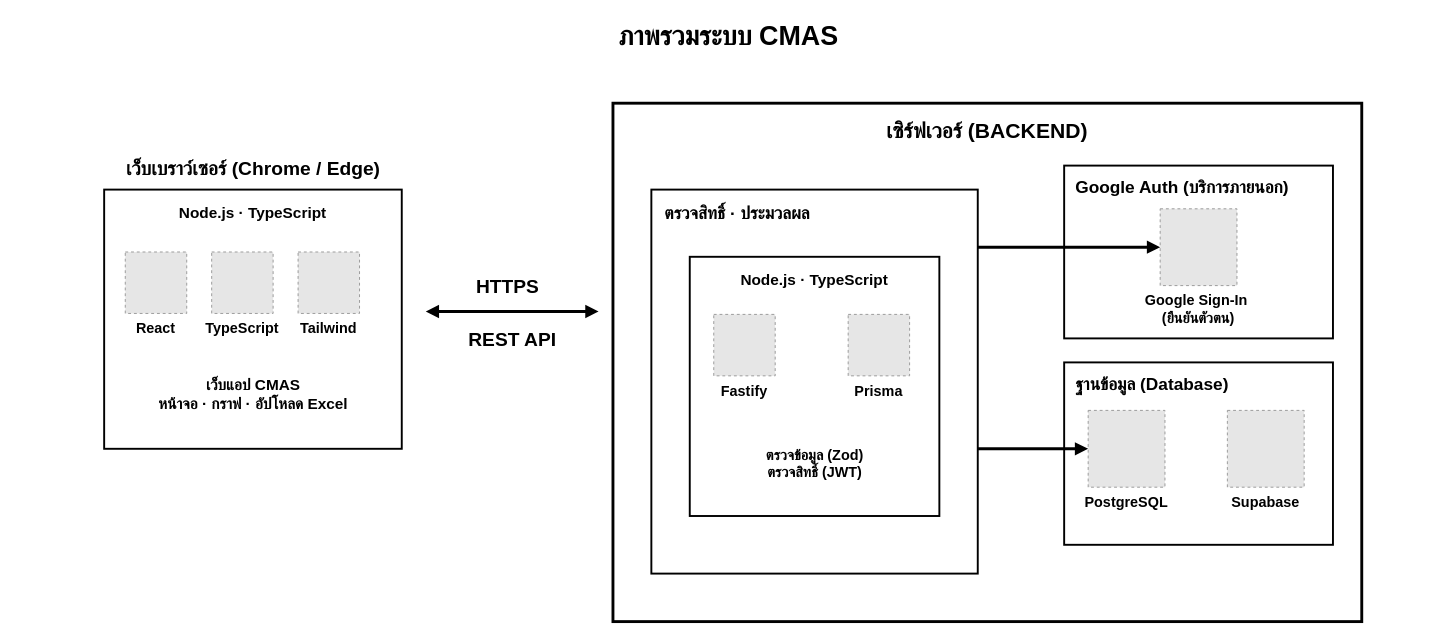
Earlier version of the draw.io diagram page "Overview (simple)" (1 of 3) of docs/diagrams/architecture/CMAS-Architecture-Overview.drawio (SIET-KMITL-INCEPTIO/CMAS-CLO). Source tidied: cells renumbered, new cells numbered last; positions are measured from the earlier drawing's top-left corner, leaving out a move shared by most shapes. Both pictures are drawn from the tidied source at 96%, with x=0, y=0 at pixel (17, 16). Pictures stored in the file or linked from it are replaced by grey dashed boxes.
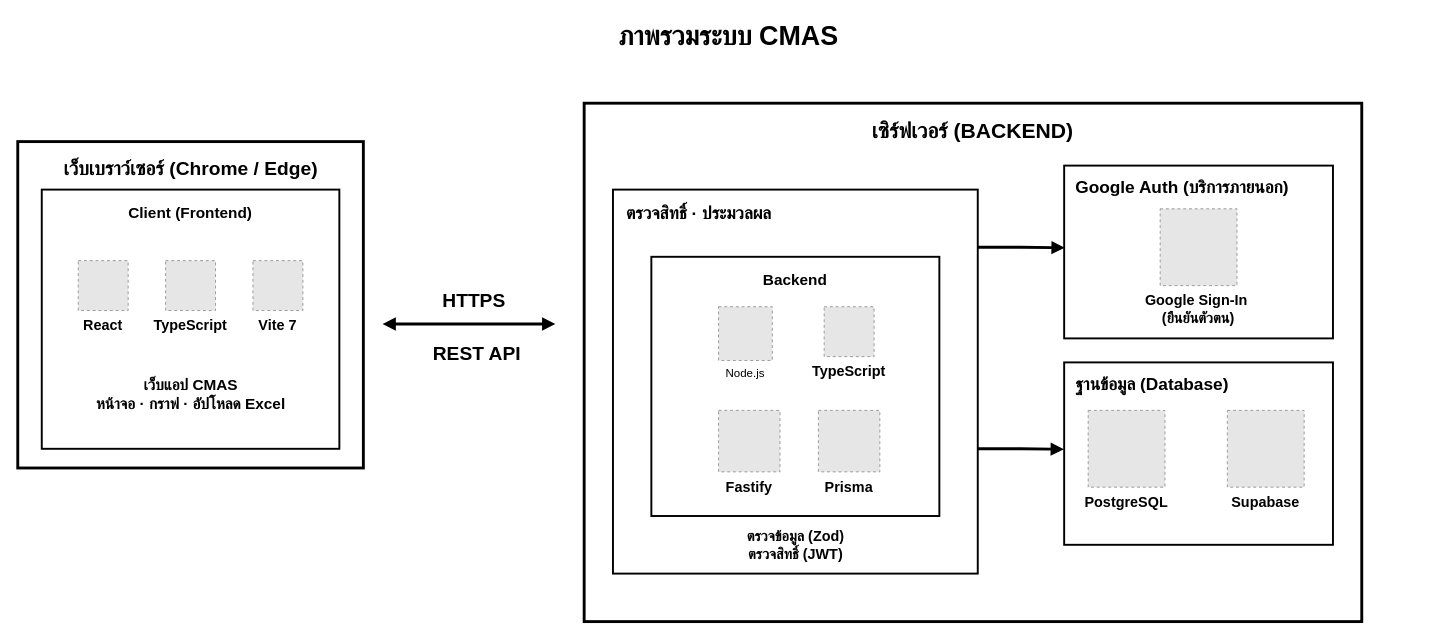
The same diagram, later.

Commit message:
docs: enhance architecture diagram layout and element properties for better clarity

The change refers to these unchanged cells:
```xml
<mxCell id="17" value="Google Auth (บริการภายนอก)" style="rounded=0;whiteSpace=wrap;html=1;fillColor=none;strokeColor=#000000;strokeWidth=2;fontSize=18;fontStyle=1;verticalAlign=top;align=left;spacingLeft=10;spacingTop=6;" parent="1" vertex="1">
  <mxGeometry x="1090" y="155" width="280" height="180" as="geometry" />
</mxCell>
<mxCell id="18" value="ฐานข้อมูล (Database)" style="rounded=0;whiteSpace=wrap;html=1;fillColor=none;strokeColor=#000000;strokeWidth=2;fontSize=18;fontStyle=1;verticalAlign=top;align=left;spacingLeft=10;spacingTop=6;" parent="1" vertex="1">
  <mxGeometry x="1090" y="360" width="280" height="190" as="geometry" />
</mxCell>
<mxCell id="19" value="Google Sign-In &#10;(ยืนยันตัวตน)" style="fillColor=#E6E6E6;strokeColor=#999999;dashed=1;verticalLabelPosition=bottom;verticalAlign=top;labelBackgroundColor=none;fontSize=15;fontStyle=1;" parent="1" vertex="1">
  <mxGeometry x="1190" y="200" width="80" height="80" as="geometry" />
</mxCell>
<mxCell id="20" value="PostgreSQL" style="fillColor=#E6E6E6;strokeColor=#999999;dashed=1;verticalLabelPosition=bottom;verticalAlign=top;labelBackgroundColor=none;fontSize=15;fontStyle=1;" parent="1" vertex="1">
  <mxGeometry x="1115" y="410" width="80" height="80" as="geometry" />
</mxCell>
```

What changed in the source:
```diff
@@
+    <mxCell id="24" value="Client (Frontend)" style="rounded=0;whiteSpace=wrap;html=1;fillColor=none;strokeColor=#000000;strokeWidth=2;fontSize=16;fontStyle=1;verticalAlign=top;spacingTop=8;" parent="1" vertex="1">
+      <mxGeometry x="25" y="180" width="310" height="270" as="geometry" />
+    </mxCell>
@@
+    <mxCell id="25" style="rounded=0;whiteSpace=wrap;html=1;fillColor=none;strokeColor=#000000;strokeWidth=3;" parent="1" vertex="1">
+      <mxGeometry y="130" width="360" height="340" as="geometry" />
+    </mxCell>
     <mxCell id="3" value="เว็บเบราว์เซอร์ (Chrome / Edge)" style="text;html=1;align=center;verticalAlign=middle;fontStyle=1;fontSize=20;" parent="1" vertex="1">
-      <mxGeometry x="80" y="140" width="330" height="34" as="geometry" />
+      <mxGeometry x="15" y="140" width="330" height="34" as="geometry" />
     </mxCell>
     <mxCell id="4" value="React" style="fillColor=#E6E6E6;strokeColor=#999999;dashed=1;verticalLabelPosition=bottom;verticalAlign=top;labelBackgroundColor=none;fontSize=15;fontStyle=1;" parent="1" vertex="1">
-      <mxGeometry x="112" y="245" width="64" height="64" as="geometry" />
+      <mxGeometry x="63" y="254" width="52" height="52" as="geometry" />
     </mxCell>
     <mxCell id="5" value="TypeScript" style="fillColor=#E6E6E6;strokeColor=#999999;dashed=1;verticalLabelPosition=bottom;verticalAlign=top;labelBackgroundColor=none;fontSize=15;fontStyle=1;" parent="1" vertex="1">
-      <mxGeometry x="202" y="245" width="64" height="64" as="geometry" />
+      <mxGeometry x="154" y="254" width="52" height="52" as="geometry" />
     </mxCell>
-    <mxCell id="6" value="Tailwind" style="fillColor=#E6E6E6;strokeColor=#999999;dashed=1;verticalLabelPosition=bottom;verticalAlign=top;labelBackgroundColor=none;fontSize=15;fontStyle=1;" parent="1" vertex="1">
-      <mxGeometry x="292" y="245" width="64" height="64" as="geometry" />
-    </mxCell>
+    <mxCell id="26" value="Vite 7" style="fillColor=#E6E6E6;strokeColor=#999999;dashed=1;verticalLabelPosition=bottom;verticalAlign=top;labelBackgroundColor=none;fontSize=15;fontStyle=1;" parent="1" vertex="1">
+      <mxGeometry x="245" y="254" width="52" height="52" as="geometry" />
+    </mxCell>
     <mxCell id="7" value="เว็บแอป CMAS&lt;br&gt;หน้าจอ · กราฟ · อัปโหลด Excel" style="text;html=1;align=center;verticalAlign=middle;fontStyle=1;fontSize=16;" parent="1" vertex="1">
-      <mxGeometry x="90" y="365" width="310" height="55" as="geometry" />
+      <mxGeometry x="25" y="365" width="310" height="55" as="geometry" />
     </mxCell>
     <mxCell id="8" value="HTTPS" style="text;html=1;align=center;verticalAlign=middle;fontStyle=1;fontSize=20;" parent="1" vertex="1">
-      <mxGeometry x="445" y="265" width="130" height="30" as="geometry" />
+      <mxGeometry x="410" y="280" width="130" height="30" as="geometry" />
     </mxCell>
     <mxCell id="9" value="REST API" style="text;html=1;align=center;verticalAlign=middle;fontStyle=1;fontSize=20;" parent="1" vertex="1">
-      <mxGeometry x="450" y="320" width="130" height="30" as="geometry" />
+      <mxGeometry x="413" y="335" width="130" height="30" as="geometry" />
     </mxCell>
     <mxCell id="10" style="endArrow=block;endFill=1;startArrow=block;startFill=1;html=1;strokeWidth=3;strokeColor=#000000;" parent="1" edge="1">
       <mxGeometry relative="1" as="geometry">
-        <mxPoint x="425" y="307" as="sourcePoint" />
-        <mxPoint x="605" y="307" as="targetPoint" />
+        <mxPoint x="380" y="320" as="sourcePoint" />
+        <mxPoint x="560" y="320" as="targetPoint" />
       </mxGeometry>
     </mxCell>
     <mxCell id="11" value="เซิร์ฟเวอร์ (BACKEND)" style="rounded=0;whiteSpace=wrap;html=1;fillColor=none;strokeColor=#000000;strokeWidth=3;fontSize=22;fontStyle=1;verticalAlign=top;align=center;spacingTop=10;" parent="1" vertex="1">
-      <mxGeometry x="620" y="90" width="780" height="540" as="geometry" />
+      <mxGeometry x="590" y="90" width="810" height="540" as="geometry" />
     </mxCell>
     <mxCell id="12" value="ตรวจสิทธิ์ · ประมวลผล" style="rounded=0;whiteSpace=wrap;html=1;fillColor=none;strokeColor=#000000;strokeWidth=2;fontSize=18;fontStyle=1;verticalAlign=top;align=left;spacingLeft=12;spacingTop=8;" parent="1" vertex="1">
-      <mxGeometry x="660" y="180" width="340" height="400" as="geometry" />
+      <mxGeometry x="620" y="180" width="380" height="400" as="geometry" />
     </mxCell>
-    <mxCell id="13" value="Node.js · TypeScript" style="rounded=0;whiteSpace=wrap;html=1;fillColor=none;strokeColor=#000000;strokeWidth=2;fontSize=16;fontStyle=1;verticalAlign=top;spacingTop=8;" parent="1" vertex="1">
-      <mxGeometry x="700" y="250" width="260" height="270" as="geometry" />
+    <mxCell id="13" value="Backend" style="rounded=0;whiteSpace=wrap;html=1;fillColor=none;strokeColor=#000000;strokeWidth=2;fontSize=16;fontStyle=1;verticalAlign=top;spacingTop=8;" parent="1" vertex="1">
+      <mxGeometry x="660" y="250" width="300" height="270" as="geometry" />
     </mxCell>
     <mxCell id="14" value="Fastify" style="fillColor=#E6E6E6;strokeColor=#999999;dashed=1;verticalLabelPosition=bottom;verticalAlign=top;labelBackgroundColor=none;fontSize=15;fontStyle=1;" parent="1" vertex="1">
-      <mxGeometry x="725" y="310" width="64" height="64" as="geometry" />
+      <mxGeometry x="730" y="410" width="64" height="64" as="geometry" />
     </mxCell>
     <mxCell id="15" value="Prisma" style="fillColor=#E6E6E6;strokeColor=#999999;dashed=1;verticalLabelPosition=bottom;verticalAlign=top;labelBackgroundColor=none;fontSize=15;fontStyle=1;" parent="1" vertex="1">
-      <mxGeometry x="865" y="310" width="64" height="64" as="geometry" />
+      <mxGeometry x="834" y="410" width="64" height="64" as="geometry" />
     </mxCell>
     <mxCell id="16" value="ตรวจข้อมูล (Zod)&lt;br&gt;ตรวจสิทธิ์ (JWT)" style="text;html=1;align=center;verticalAlign=middle;fontStyle=1;fontSize=15;" parent="1" vertex="1">
-      <mxGeometry x="710" y="435" width="240" height="60" as="geometry" />
+      <mxGeometry x="690" y="520" width="240" height="60" as="geometry" />
     </mxCell>
@@
-    <mxCell id="22" style="edgeStyle=orthogonalEdgeStyle;rounded=0;html=1;strokeWidth=3;strokeColor=#000000;endArrow=block;endFill=1;fontSize=18;fontStyle=1;labelBackgroundColor=#FFFFFF;exitX=1;exitY=0.15;entryX=0;entryY=0.5;" parent="1" edge="1" source="12" target="19">
+    <mxCell id="22" style="edgeStyle=orthogonalEdgeStyle;rounded=0;html=1;strokeWidth=3;strokeColor=#000000;endArrow=block;endFill=1;fontSize=18;fontStyle=1;labelBackgroundColor=#FFFFFF;exitX=1;exitY=0.15;entryX=0.002;entryY=0.476;entryDx=0;entryDy=0;entryPerimeter=0;" parent="1" edge="1" source="12" target="17">
       <mxGeometry relative="1" as="geometry" />
     </mxCell>
-    <mxCell id="23" style="edgeStyle=orthogonalEdgeStyle;rounded=0;html=1;strokeWidth=3;strokeColor=#000000;endArrow=block;endFill=1;fontSize=18;fontStyle=1;labelBackgroundColor=#FFFFFF;exitX=1;exitY=0.675;entryX=0;entryY=0.5;" parent="1" edge="1" source="12" target="20">
+    <mxCell id="23" style="edgeStyle=orthogonalEdgeStyle;rounded=0;html=1;strokeWidth=3;strokeColor=#000000;endArrow=block;endFill=1;fontSize=18;fontStyle=1;labelBackgroundColor=#FFFFFF;exitX=1;exitY=0.675;entryX=-0.001;entryY=0.476;entryDx=0;entryDy=0;entryPerimeter=0;" parent="1" edge="1" source="12" target="18">
       <mxGeometry relative="1" as="geometry" />
     </mxCell>
-    <mxCell id="24" value="Node.js · TypeScript" style="rounded=0;whiteSpace=wrap;html=1;fillColor=none;strokeColor=#000000;strokeWidth=2;fontSize=16;fontStyle=1;verticalAlign=top;spacingTop=8;" parent="1" vertex="1">
-      <mxGeometry x="90" y="180" width="310" height="270" as="geometry" />
-    </mxCell>
+    <mxCell id="27" value="Node.js" style="fillColor=#E6E6E6;strokeColor=#999999;dashed=1;verticalLabelPosition=bottom;verticalAlign=top;labelBackgroundColor=none;fontSize=12;" parent="1" vertex="1">
+      <mxGeometry x="730" y="302" width="56" height="56" as="geometry" />
+    </mxCell>
+    <mxCell id="28" value="TypeScript" style="fillColor=#E6E6E6;strokeColor=#999999;dashed=1;verticalLabelPosition=bottom;verticalAlign=top;labelBackgroundColor=none;fontSize=15;fontStyle=1;" parent="1" vertex="1">
+      <mxGeometry x="840" y="302" width="52" height="52" as="geometry" />
+    </mxCell>
```
